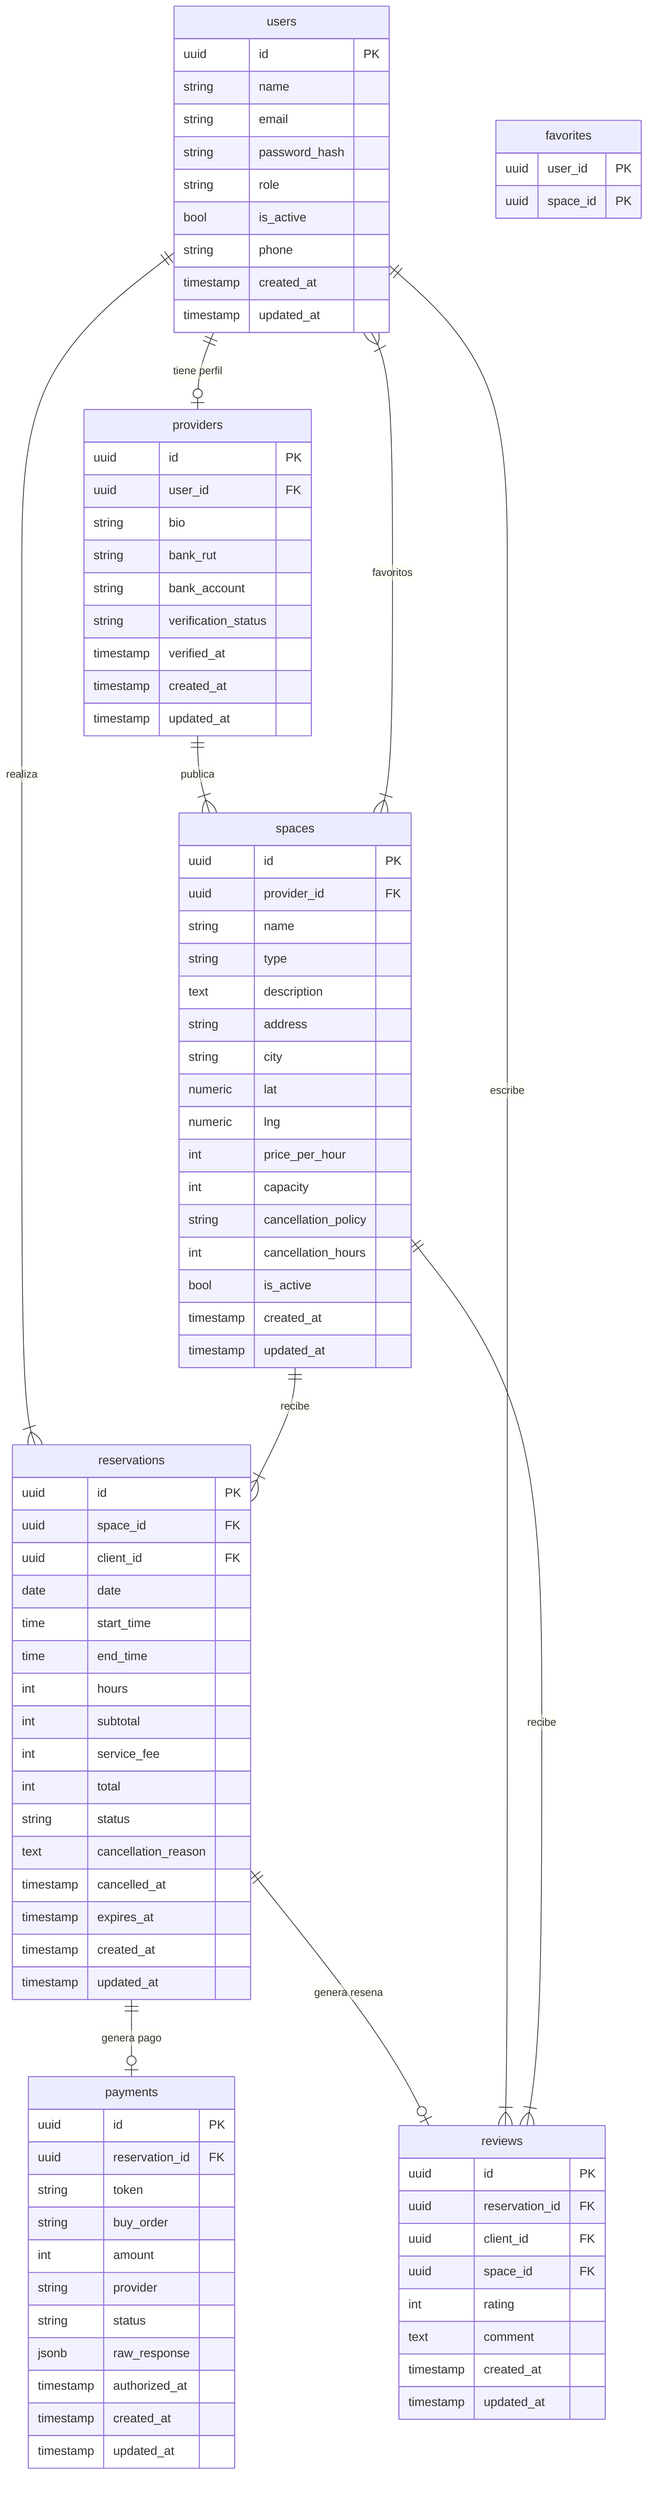
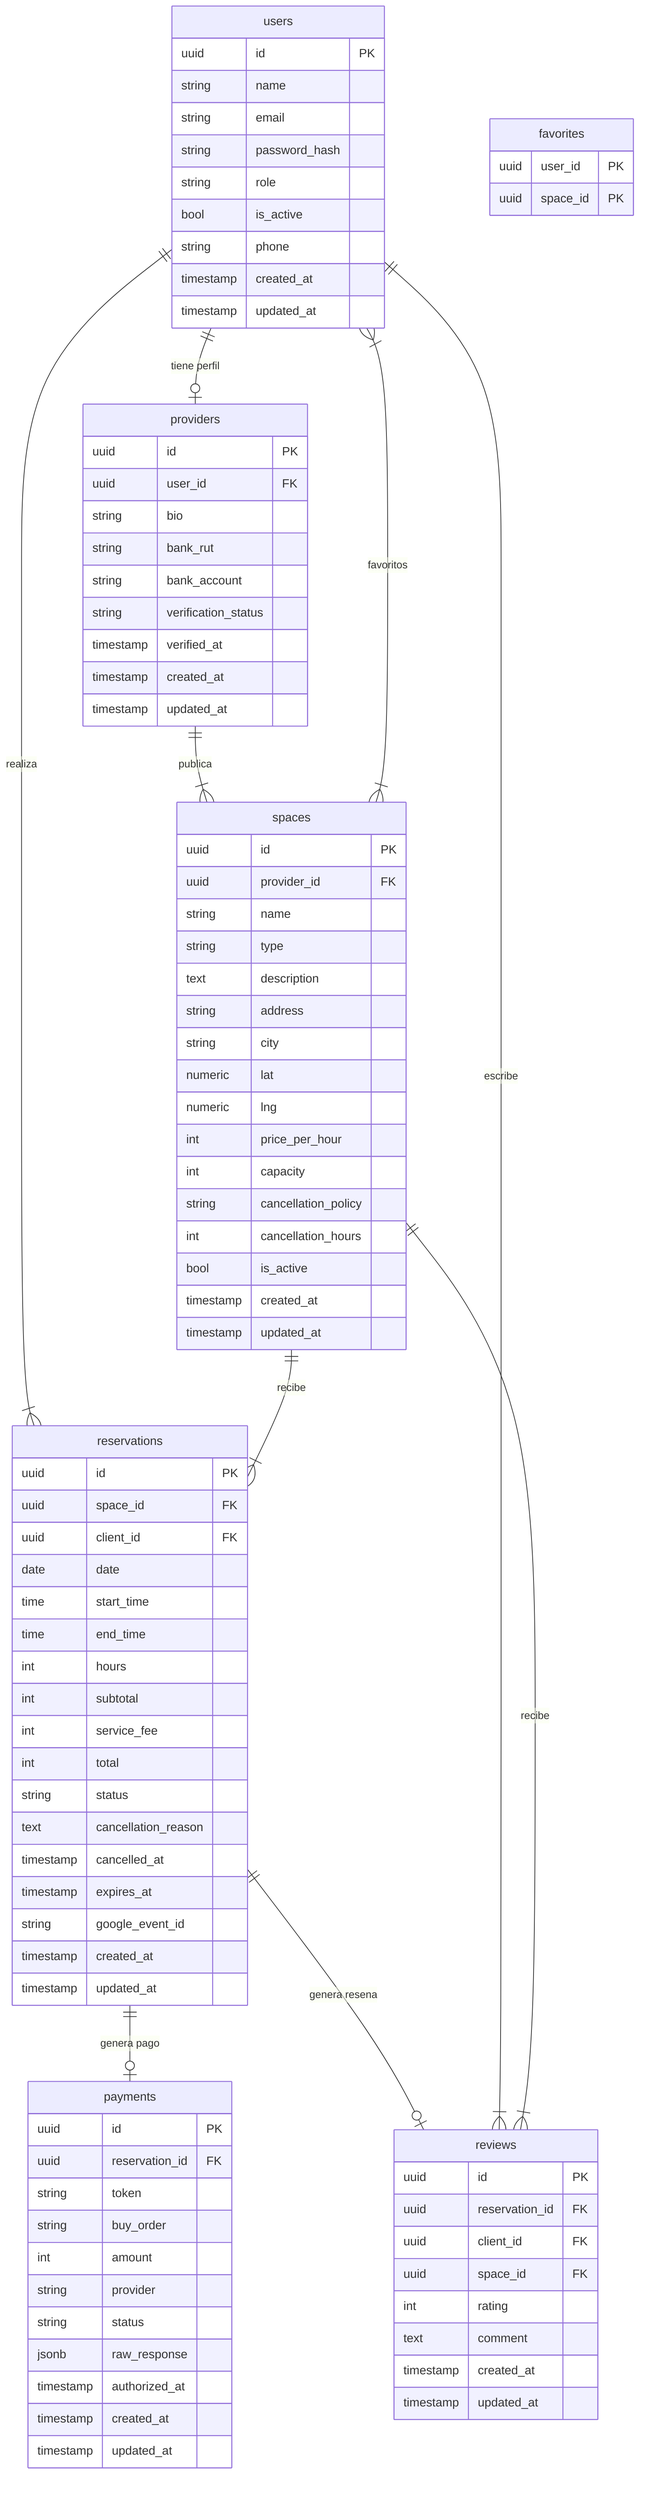
erDiagram
  users {
    uuid id PK
    string name
    string email
    string password_hash
    string role
    bool is_active
    string phone
    timestamp created_at
    timestamp updated_at
  }
  providers {
    uuid id PK
    uuid user_id FK
    string bio
    string bank_rut
    string bank_account
    string verification_status
    timestamp verified_at
    timestamp created_at
    timestamp updated_at
  }
  spaces {
    uuid id PK
    uuid provider_id FK
    string name
    string type
    text description
    string address
    string city
    numeric lat
    numeric lng
    int price_per_hour
    int capacity
    string cancellation_policy
    int cancellation_hours
    bool is_active
    timestamp created_at
    timestamp updated_at
  }
  reservations {
    uuid id PK
    uuid space_id FK
    uuid client_id FK
    date date
    time start_time
    time end_time
    int hours
    int subtotal
    int service_fee
    int total
    string status
    text cancellation_reason
    timestamp cancelled_at
    timestamp expires_at
+     string google_event_id
    timestamp created_at
    timestamp updated_at
  }
  payments {
    uuid id PK
    uuid reservation_id FK
    string token
    string buy_order
    int amount
    string provider
    string status
    jsonb raw_response
    timestamp authorized_at
    timestamp created_at
    timestamp updated_at
  }
  reviews {
    uuid id PK
    uuid reservation_id FK
    uuid client_id FK
    uuid space_id FK
    int rating
    text comment
    timestamp created_at
    timestamp updated_at
  }
  favorites {
    uuid user_id PK
    uuid space_id PK
  }
  users ||--o| providers : "tiene perfil"
  providers ||--|{ spaces : "publica"
  users ||--|{ reservations : "realiza"
  spaces ||--|{ reservations : "recibe"
  reservations ||--o| payments : "genera pago"
  reservations ||--o| reviews : "genera resena"
  users ||--|{ reviews : "escribe"
  spaces ||--|{ reviews : "recibe"
  users }|--|{ spaces : "favoritos"
